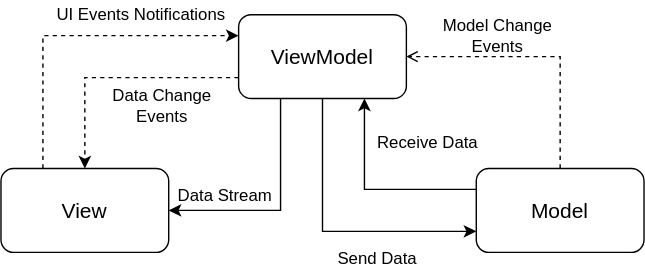
Before: android/mvvm/mvvm-chart.svg, a diagram exported from draw.io (rafaeltonholo/thoughts). Source tidied: cells renumbered, new cells last; positions are measured from the earlier drawing's top-left corner, leaving out a move shared by most shapes.
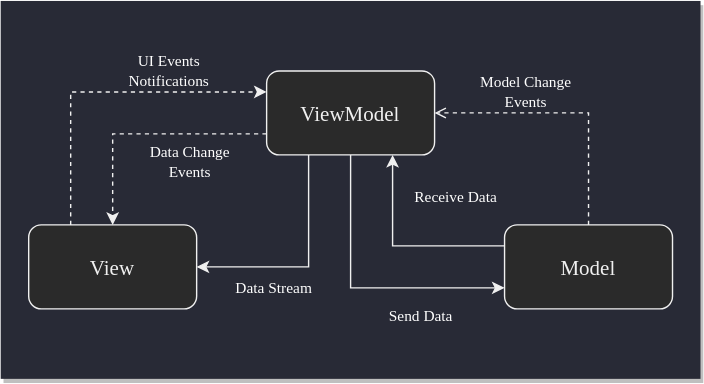
Above is the later version.

What changed in the source:
```diff
@@ -2,13 +2,16 @@
   <root>
     <mxCell id="0" />
     <mxCell id="1" parent="0" />
+    <mxCell id="17" style="rounded=0;whiteSpace=wrap;html=1;strokeColor=none;fillColor=#282a36;shadow=1;" parent="1" vertex="1">
+      <mxGeometry x="-20" y="-40" width="500" height="270" as="geometry" />
+    </mxCell>
-    <mxCell id="2" value="&lt;p style=&quot;font-size: 15px&quot;&gt;ViewModel&lt;/p&gt;" style="rounded=1;whiteSpace=wrap;html=1;" parent="1" vertex="1">
+    <mxCell id="2" value="&lt;p style=&quot;font-size: 15px&quot;&gt;ViewModel&lt;/p&gt;" style="whiteSpace=wrap;html=1;fontFamily=Fira Code Medium;rounded=1;" parent="1" vertex="1">
       <mxGeometry x="170" y="10" width="120" height="60" as="geometry" />
     </mxCell>
-    <mxCell id="3" value="View" style="rounded=1;whiteSpace=wrap;html=1;fontSize=15;" parent="1" vertex="1">
+    <mxCell id="3" value="View" style="rounded=1;whiteSpace=wrap;html=1;fontSize=15;fontFamily=Fira Code Medium;glass=0;sketch=0;" parent="1" vertex="1">
       <mxGeometry y="120" width="120" height="60" as="geometry" />
     </mxCell>
-    <mxCell id="4" value="Model" style="rounded=1;whiteSpace=wrap;html=1;fontSize=15;" parent="1" vertex="1">
+    <mxCell id="4" value="Model" style="whiteSpace=wrap;html=1;fontSize=15;fontFamily=Fira Code Medium;rounded=1;" parent="1" vertex="1">
       <mxGeometry x="340" y="120" width="120" height="60" as="geometry" />
     </mxCell>
     <mxCell id="5" style="endArrow=classic;html=1;rounded=0;fontSize=15;exitX=0.5;exitY=1;exitDx=0;exitDy=0;entryX=0;entryY=0.75;entryDx=0;entryDy=0;" parent="1" edge="1" source="2" target="4">
@@ -32,14 +35,14 @@
         </Array>
       </mxGeometry>
     </mxCell>
-    <mxCell id="8" value="&lt;font style=&quot;font-size: 12px&quot;&gt;Receive Data&lt;/font&gt;" style="text;html=1;align=center;verticalAlign=middle;strokeColor=none;fillColor=none;fontSize=15;" parent="1" vertex="1">
-      <mxGeometry x="260" y="90" width="90" height="20" as="geometry" />
+    <mxCell id="8" value="&lt;font style=&quot;font-size: 11px;&quot;&gt;Receive Data&lt;/font&gt;" style="text;html=1;align=center;verticalAlign=middle;strokeColor=none;fillColor=none;fontSize=11;fontColor=#FFFFFF;fontFamily=Fira Code Medium;" parent="1" vertex="1">
+      <mxGeometry x="255" y="90" width="100" height="20" as="geometry" />
     </mxCell>
-    <mxCell id="9" value="Send Data" style="text;html=1;align=center;verticalAlign=middle;strokeColor=none;fillColor=none;fontSize=12;" parent="1" vertex="1">
-      <mxGeometry x="234" y="175" width="70" height="20" as="geometry" />
+    <mxCell id="9" value="Send Data" style="text;html=1;align=center;verticalAlign=middle;strokeColor=none;fillColor=none;fontSize=11;fontColor=#FFFFFF;fontFamily=Fira Code Medium;" parent="1" vertex="1">
+      <mxGeometry x="240" y="175" width="80" height="20" as="geometry" />
     </mxCell>
-    <mxCell id="10" value="Model Change &lt;br&gt;Events" style="text;html=1;align=center;verticalAlign=middle;strokeColor=none;fillColor=none;fontSize=12;" parent="1" vertex="1">
-      <mxGeometry x="310" y="10" width="90" height="30" as="geometry" />
+    <mxCell id="10" value="Model Change &lt;br style=&quot;font-size: 11px;&quot;&gt;Events" style="text;html=1;align=center;verticalAlign=middle;strokeColor=none;fillColor=none;fontSize=11;fontColor=#FFFFFF;fontFamily=Fira Code Medium;" parent="1" vertex="1">
+      <mxGeometry x="305" y="10" width="100" height="30" as="geometry" />
     </mxCell>
     <mxCell id="11" style="endArrow=classic;html=1;rounded=0;fontSize=12;exitX=0.25;exitY=0;exitDx=0;exitDy=0;entryX=0;entryY=0.25;entryDx=0;entryDy=0;dashed=1;" parent="1" edge="1" source="3" target="2">
       <mxGeometry relative="1" as="geometry">
@@ -48,8 +51,8 @@
         </Array>
       </mxGeometry>
     </mxCell>
-    <mxCell id="12" value="UI Events Notifications" style="text;html=1;align=center;verticalAlign=middle;strokeColor=none;fillColor=none;fontSize=12;" parent="1" vertex="1">
-      <mxGeometry x="30" width="140" height="20" as="geometry" />
+    <mxCell id="12" value="UI Events &lt;br&gt;Notifications" style="text;html=1;align=center;verticalAlign=middle;strokeColor=none;fillColor=none;fontSize=11;fontColor=#FFFFFF;fontFamily=Fira Code Medium;" parent="1" vertex="1">
+      <mxGeometry x="50" y="-5" width="100" height="30" as="geometry" />
     </mxCell>
     <mxCell id="13" style="endArrow=classic;html=1;rounded=0;fontSize=12;exitX=0.25;exitY=1;exitDx=0;exitDy=0;entryX=1;entryY=0.5;entryDx=0;entryDy=0;" parent="1" edge="1" source="2" target="3">
       <mxGeometry relative="1" as="geometry">
@@ -58,8 +61,8 @@
         </Array>
       </mxGeometry>
     </mxCell>
-    <mxCell id="14" value="Data Stream" style="text;html=1;align=center;verticalAlign=middle;strokeColor=none;fillColor=none;fontSize=12;" parent="1" vertex="1">
-      <mxGeometry x="120" y="130" width="80" height="20" as="geometry" />
+    <mxCell id="14" value="Data Stream" style="text;html=1;align=center;verticalAlign=middle;strokeColor=none;fillColor=none;fontSize=11;fontColor=#FFFFFF;fontFamily=Fira Code Medium;" parent="1" vertex="1">
+      <mxGeometry x="130" y="155" width="90" height="20" as="geometry" />
     </mxCell>
     <mxCell id="15" style="endArrow=classic;html=1;rounded=0;dashed=1;fontSize=12;exitX=0;exitY=0.75;exitDx=0;exitDy=0;entryX=0.5;entryY=0;entryDx=0;entryDy=0;" parent="1" edge="1" source="2" target="3">
       <mxGeometry relative="1" as="geometry">
@@ -68,7 +71,7 @@
         </Array>
       </mxGeometry>
     </mxCell>
-    <mxCell id="16" value="Data Change&lt;br&gt;Events" style="text;html=1;align=center;verticalAlign=middle;strokeColor=none;fillColor=none;fontSize=12;" parent="1" vertex="1">
+    <mxCell id="16" value="Data Change&lt;br style=&quot;font-size: 11px;&quot;&gt;Events" style="text;html=1;align=center;verticalAlign=middle;strokeColor=none;fillColor=none;fontSize=11;fontColor=#FFFFFF;fontFamily=Fira Code Medium;" parent="1" vertex="1">
       <mxGeometry x="70" y="60" width="90" height="30" as="geometry" />
     </mxCell>
   </root>
```
